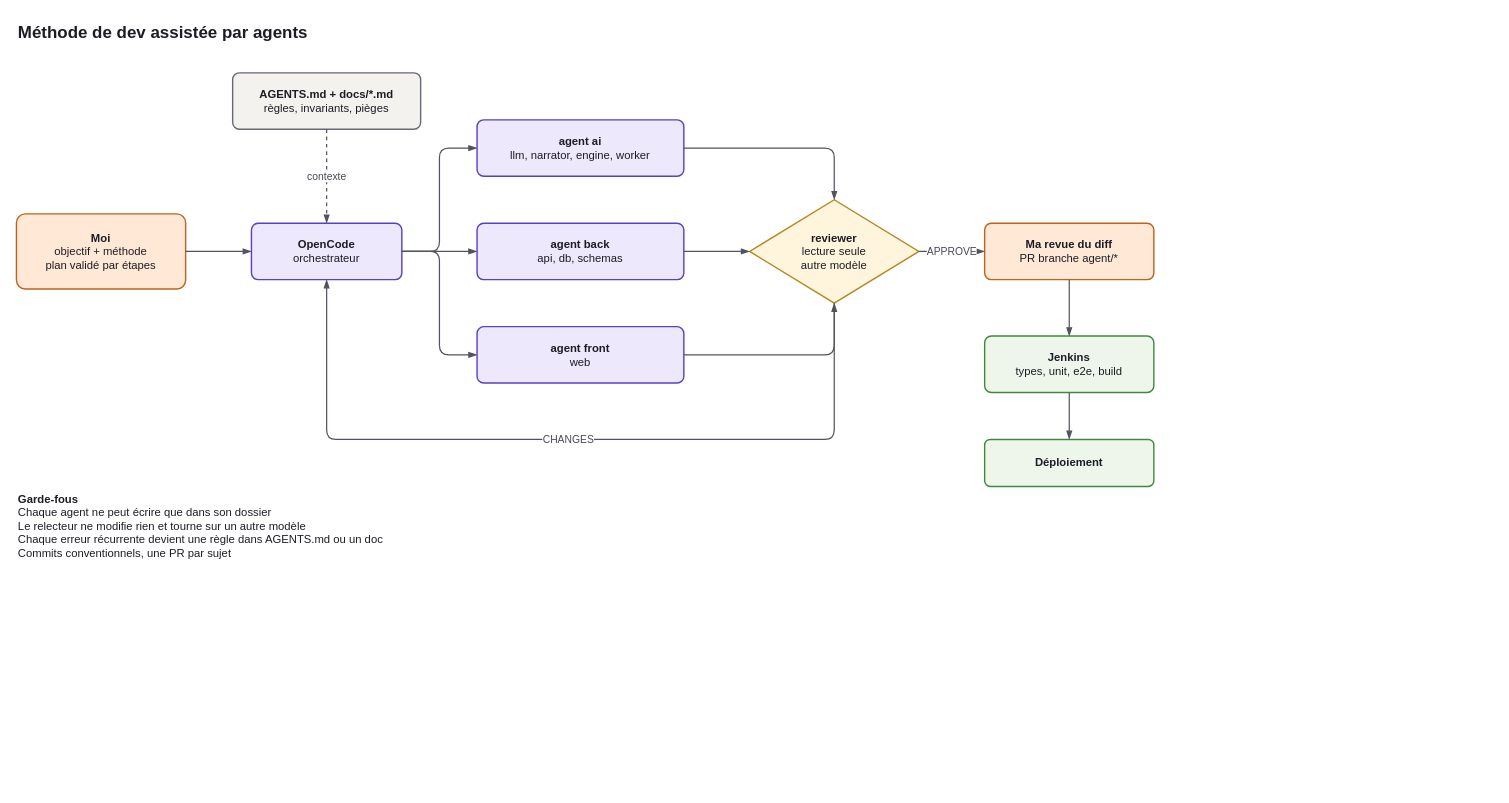
Jyok1m/odyssai keeps this draw.io diagram as page "Méthode IA" (4 of 5) of odyssai_architecture.drawio. Above is the earlier version. Source tidied: cells renumbered, new cells numbered last; positions are measured from the earlier drawing's top-left corner, leaving out a move shared by most shapes. Both pictures are drawn from the tidied source at 94%, with x=0, y=0 at pixel (16, 16).
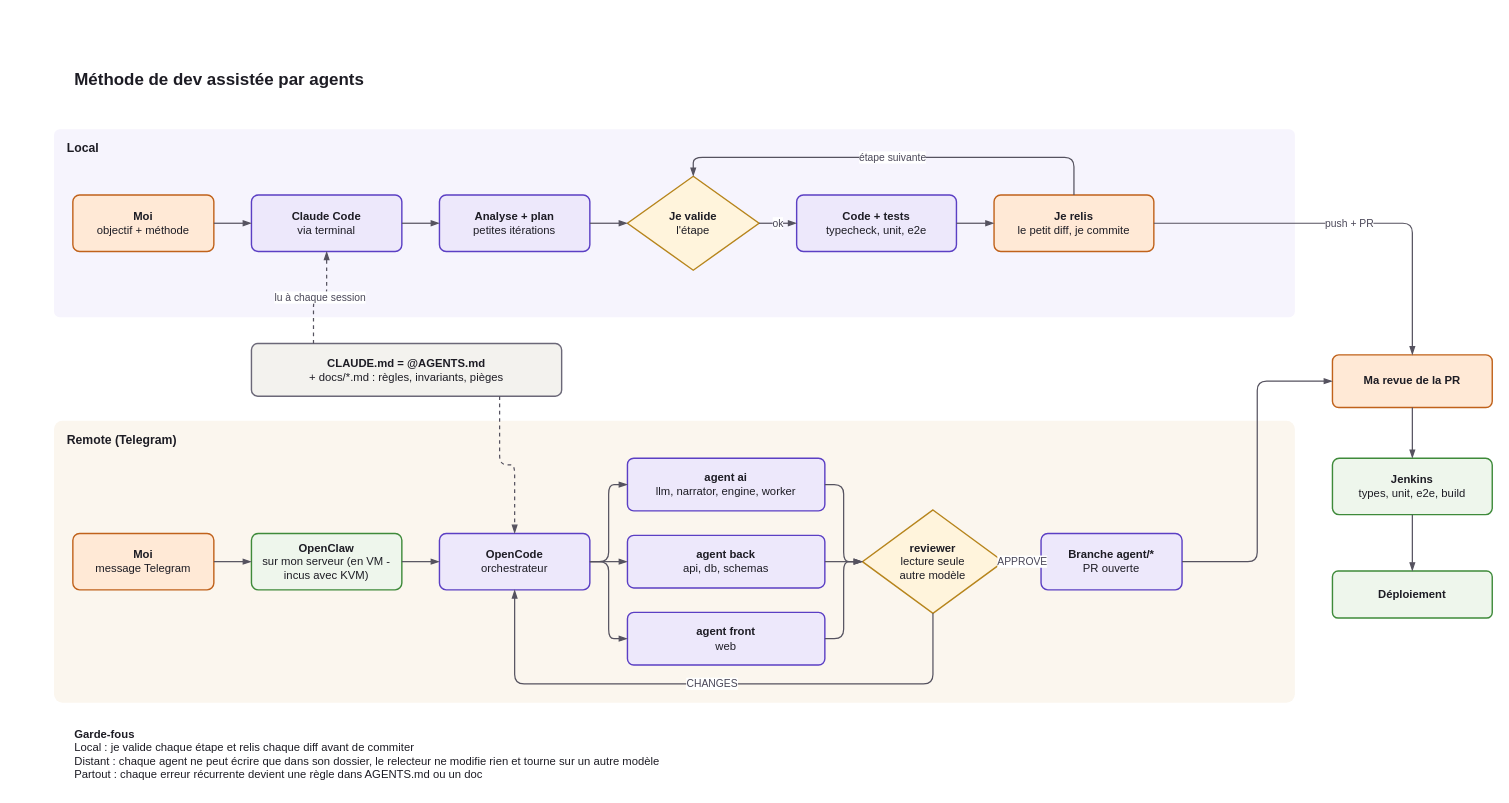
The same page after the edit.

Commit message:
feat: rapatrier schéma BDD + flow AI local / remote

What changed in the source:
```diff
@@
-    <mxCell id="2" value="&lt;div&gt;&lt;b style=&quot;background-color: transparent; color: light-dark(rgb(29, 28, 36), rgb(213, 212, 219));&quot;&gt;Méthode de dev assistée par agents&lt;/b&gt;&lt;/div&gt;" style="text;html=1;whiteSpace=wrap;align=left;verticalAlign=top;fontSize=18;fontColor=#1D1C24;" parent="1" vertex="1">
-      <mxGeometry width="800" height="30" as="geometry" />
+    <mxCell id="2" value="&lt;b&gt;Méthode de dev assistée par agents&lt;/b&gt;" style="text;html=1;whiteSpace=wrap;align=left;verticalAlign=top;fontSize=18;fontColor=#1D1C24;" parent="1" vertex="1">
+      <mxGeometry x="60" y="50" width="900" height="30" as="geometry" />
     </mxCell>
-    <mxCell id="3" value="&lt;b&gt;Moi&lt;/b&gt;&lt;br&gt;objectif + méthode&lt;br&gt;plan validé par étapes" style="rounded=1;arcSize=12;whiteSpace=wrap;html=1;fontFamily=Helvetica;fontSize=12;fontColor=#1D1C24;fillColor=#FFE9D6;strokeColor=#C0621B;strokeWidth=1.5;" parent="1" vertex="1">
-      <mxGeometry y="210" width="180" height="80" as="geometry" />
-    </mxCell>
-    <mxCell id="4" value="&lt;b&gt;AGENTS.md + docs/*.md&lt;/b&gt;&lt;br&gt;règles, invariants, pièges" style="rounded=1;arcSize=12;whiteSpace=wrap;html=1;fontFamily=Helvetica;fontSize=12;fontColor=#1D1C24;fillColor=#F3F2EE;strokeColor=#6B6878;strokeWidth=1.5;" parent="1" vertex="1">
-      <mxGeometry x="230" y="60" width="200" height="60" as="geometry" />
-    </mxCell>
+    <mxCell id="26" value="Local" style="rounded=1;arcSize=3;whiteSpace=wrap;html=1;verticalAlign=top;align=left;spacingLeft=12;spacingTop=6;fontStyle=1;fontSize=13;fillColor=#F6F4FD;strokeColor=none;fontColor=#1D1C24;" parent="1" vertex="1">
+      <mxGeometry x="40" y="120" width="1320" height="200" as="geometry" />
+    </mxCell>
+    <mxCell id="27" value="Remote (Telegram)" style="rounded=1;arcSize=3;whiteSpace=wrap;html=1;verticalAlign=top;align=left;spacingLeft=12;spacingTop=6;fontStyle=1;fontSize=13;fillColor=#FBF6EE;strokeColor=none;fontColor=#1D1C24;" parent="1" vertex="1">
+      <mxGeometry x="40" y="430" width="1320" height="300" as="geometry" />
+    </mxCell>
+    <mxCell id="28" value="&lt;b&gt;Moi&lt;/b&gt;&lt;br&gt;objectif + méthode" style="rounded=1;arcSize=12;whiteSpace=wrap;html=1;fontFamily=Helvetica;fontSize=12;fontColor=#1D1C24;fillColor=#FFE9D6;strokeColor=#C0621B;strokeWidth=1.5;" parent="1" vertex="1">
+      <mxGeometry x="60" y="190" width="150" height="60" as="geometry" />
+    </mxCell>
+    <mxCell id="29" value="&lt;b&gt;Claude Code&lt;/b&gt;&lt;br&gt;via terminal" style="rounded=1;arcSize=12;whiteSpace=wrap;html=1;fontFamily=Helvetica;fontSize=12;fontColor=#1D1C24;fillColor=#EDE8FB;strokeColor=#5B3FC4;strokeWidth=1.5;" parent="1" vertex="1">
+      <mxGeometry x="250" y="190" width="160" height="60" as="geometry" />
+    </mxCell>
+    <mxCell id="30" value="&lt;b&gt;Analyse + plan&lt;/b&gt;&lt;br&gt;petites itérations" style="rounded=1;arcSize=12;whiteSpace=wrap;html=1;fontFamily=Helvetica;fontSize=12;fontColor=#1D1C24;fillColor=#EDE8FB;strokeColor=#5B3FC4;strokeWidth=1.5;" parent="1" vertex="1">
+      <mxGeometry x="450" y="190" width="160" height="60" as="geometry" />
+    </mxCell>
+    <mxCell id="31" value="&lt;b&gt;Je valide&lt;/b&gt;&lt;br&gt;l'étape" style="rhombus;whiteSpace=wrap;html=1;fontFamily=Helvetica;fontSize=12;fontColor=#1D1C24;fillColor=#FFF4DC;strokeColor=#B7851C;strokeWidth=1.5;" parent="1" vertex="1">
+      <mxGeometry x="650" y="170" width="140" height="100" as="geometry" />
+    </mxCell>
+    <mxCell id="32" value="&lt;b&gt;Code + tests&lt;/b&gt;&lt;br&gt;typecheck, unit, e2e" style="rounded=1;arcSize=12;whiteSpace=wrap;html=1;fontFamily=Helvetica;fontSize=12;fontColor=#1D1C24;fillColor=#EDE8FB;strokeColor=#5B3FC4;strokeWidth=1.5;" parent="1" vertex="1">
+      <mxGeometry x="830" y="190" width="170" height="60" as="geometry" />
+    </mxCell>
+    <mxCell id="33" value="&lt;b&gt;Je relis&lt;/b&gt;&lt;br&gt;le petit diff, je commite" style="rounded=1;arcSize=12;whiteSpace=wrap;html=1;fontFamily=Helvetica;fontSize=12;fontColor=#1D1C24;fillColor=#FFE9D6;strokeColor=#C0621B;strokeWidth=1.5;" parent="1" vertex="1">
+      <mxGeometry x="1040" y="190" width="170" height="60" as="geometry" />
+    </mxCell>
+    <mxCell id="34" style="edgeStyle=orthogonalEdgeStyle;rounded=1;html=1;fontSize=11;fontColor=#4A4758;strokeColor=#55525F;strokeWidth=1.3;endArrow=blockThin;endFill=1;labelBackgroundColor=#FFFFFF;" parent="1" edge="1" source="28" target="29">
+      <mxGeometry relative="1" as="geometry" />
+    </mxCell>
+    <mxCell id="35" style="edgeStyle=orthogonalEdgeStyle;rounded=1;html=1;fontSize=11;fontColor=#4A4758;strokeColor=#55525F;strokeWidth=1.3;endArrow=blockThin;endFill=1;labelBackgroundColor=#FFFFFF;" parent="1" edge="1" source="29" target="30">
+      <mxGeometry relative="1" as="geometry" />
+    </mxCell>
+    <mxCell id="36" style="edgeStyle=orthogonalEdgeStyle;rounded=1;html=1;fontSize=11;fontColor=#4A4758;strokeColor=#55525F;strokeWidth=1.3;endArrow=blockThin;endFill=1;labelBackgroundColor=#FFFFFF;" parent="1" edge="1" source="30" target="31">
+      <mxGeometry relative="1" as="geometry" />
+    </mxCell>
+    <mxCell id="37" value="ok" style="edgeStyle=orthogonalEdgeStyle;rounded=1;html=1;fontSize=11;fontColor=#4A4758;strokeColor=#55525F;strokeWidth=1.3;endArrow=blockThin;endFill=1;labelBackgroundColor=#FFFFFF;" parent="1" edge="1" source="31" target="32">
+      <mxGeometry relative="1" as="geometry" />
+    </mxCell>
+    <mxCell id="38" style="edgeStyle=orthogonalEdgeStyle;rounded=1;html=1;fontSize=11;fontColor=#4A4758;strokeColor=#55525F;strokeWidth=1.3;endArrow=blockThin;endFill=1;labelBackgroundColor=#FFFFFF;" parent="1" edge="1" source="32" target="33">
+      <mxGeometry relative="1" as="geometry" />
+    </mxCell>
+    <mxCell id="39" value="étape suivante" style="edgeStyle=orthogonalEdgeStyle;rounded=1;html=1;fontSize=11;fontColor=#4A4758;strokeColor=#55525F;strokeWidth=1.3;endArrow=blockThin;endFill=1;labelBackgroundColor=#FFFFFF;exitX=0.5;exitY=0;exitDx=0;exitDy=0;entryX=0.5;entryY=0;entryDx=0;entryDy=0;" parent="1" edge="1" source="33" target="31">
+      <mxGeometry relative="1" as="geometry">
+        <Array as="points">
+          <mxPoint x="1125" y="150" />
+          <mxPoint x="720" y="150" />
+        </Array>
+      </mxGeometry>
+    </mxCell>
+    <mxCell id="40" value="&lt;b&gt;CLAUDE.md = @AGENTS.md&lt;/b&gt;&lt;br&gt;+ docs/*.md : règles, invariants, pièges" style="rounded=1;arcSize=12;whiteSpace=wrap;html=1;fontFamily=Helvetica;fontSize=12;fontColor=#1D1C24;fillColor=#F3F2EE;strokeColor=#6B6878;strokeWidth=1.5;" parent="1" vertex="1">
+      <mxGeometry x="250" y="348" width="330" height="56" as="geometry" />
+    </mxCell>
+    <mxCell id="41" value="lu à chaque session" style="edgeStyle=orthogonalEdgeStyle;rounded=1;html=1;fontSize=11;fontColor=#4A4758;strokeColor=#55525F;strokeWidth=1.3;endArrow=blockThin;endFill=1;labelBackgroundColor=#FFFFFF;dashed=1;exitX=0.2;exitY=0;exitDx=0;exitDy=0;entryX=0.5;entryY=1;entryDx=0;entryDy=0;" parent="1" edge="1" source="40" target="29">
+      <mxGeometry relative="1" as="geometry" />
+    </mxCell>
+    <mxCell id="42" value="&lt;b&gt;Moi&lt;/b&gt;&lt;br&gt;message Telegram" style="rounded=1;arcSize=12;whiteSpace=wrap;html=1;fontFamily=Helvetica;fontSize=12;fontColor=#1D1C24;fillColor=#FFE9D6;strokeColor=#C0621B;strokeWidth=1.5;" parent="1" vertex="1">
+      <mxGeometry x="60" y="550" width="150" height="60" as="geometry" />
+    </mxCell>
+    <mxCell id="43" value="&lt;b&gt;OpenClaw&lt;/b&gt;&lt;br&gt;sur mon serveur (en VM - incus avec KVM)" style="rounded=1;arcSize=12;whiteSpace=wrap;html=1;fontFamily=Helvetica;fontSize=12;fontColor=#1D1C24;fillColor=#EEF6EC;strokeColor=#3E8A3A;strokeWidth=1.5;" parent="1" vertex="1">
+      <mxGeometry x="250" y="550" width="160" height="60" as="geometry" />
+    </mxCell>
     <mxCell id="5" value="&lt;b&gt;OpenCode&lt;/b&gt;&lt;br&gt;orchestrateur" style="rounded=1;arcSize=12;whiteSpace=wrap;html=1;fontFamily=Helvetica;fontSize=12;fontColor=#1D1C24;fillColor=#EDE8FB;strokeColor=#5B3FC4;strokeWidth=1.5;" parent="1" vertex="1">
-      <mxGeometry x="250" y="220" width="160" height="60" as="geometry" />
+      <mxGeometry x="450" y="550" width="160" height="60" as="geometry" />
     </mxCell>
     <mxCell id="6" value="&lt;b&gt;agent ai&lt;/b&gt;&lt;br&gt;llm, narrator, engine, worker" style="rounded=1;arcSize=12;whiteSpace=wrap;html=1;fontFamily=Helvetica;fontSize=12;fontColor=#1D1C24;fillColor=#EDE8FB;strokeColor=#5B3FC4;strokeWidth=1.5;" parent="1" vertex="1">
-      <mxGeometry x="490" y="110" width="220" height="60" as="geometry" />
+      <mxGeometry x="650" y="470" width="210" height="56" as="geometry" />
     </mxCell>
     <mxCell id="7" value="&lt;b&gt;agent back&lt;/b&gt;&lt;br&gt;api, db, schemas" style="rounded=1;arcSize=12;whiteSpace=wrap;html=1;fontFamily=Helvetica;fontSize=12;fontColor=#1D1C24;fillColor=#EDE8FB;strokeColor=#5B3FC4;strokeWidth=1.5;" parent="1" vertex="1">
-      <mxGeometry x="490" y="220" width="220" height="60" as="geometry" />
+      <mxGeometry x="650" y="552" width="210" height="56" as="geometry" />
     </mxCell>
     <mxCell id="8" value="&lt;b&gt;agent front&lt;/b&gt;&lt;br&gt;web" style="rounded=1;arcSize=12;whiteSpace=wrap;html=1;fontFamily=Helvetica;fontSize=12;fontColor=#1D1C24;fillColor=#EDE8FB;strokeColor=#5B3FC4;strokeWidth=1.5;" parent="1" vertex="1">
-      <mxGeometry x="490" y="330" width="220" height="60" as="geometry" />
+      <mxGeometry x="650" y="634" width="210" height="56" as="geometry" />
     </mxCell>
     <mxCell id="9" value="&lt;b&gt;reviewer&lt;/b&gt;&lt;br&gt;lecture seule&lt;br&gt;autre modèle" style="rhombus;whiteSpace=wrap;html=1;fontFamily=Helvetica;fontSize=12;fontColor=#1D1C24;fillColor=#FFF4DC;strokeColor=#B7851C;strokeWidth=1.5;" parent="1" vertex="1">
-      <mxGeometry x="780" y="195" width="180" height="110" as="geometry" />
+      <mxGeometry x="900" y="525" width="150" height="110" as="geometry" />
     </mxCell>
-    <mxCell id="10" value="&lt;b&gt;Ma revue du diff&lt;/b&gt;&lt;br&gt;PR branche agent/*" style="rounded=1;arcSize=12;whiteSpace=wrap;html=1;fontFamily=Helvetica;fontSize=12;fontColor=#1D1C24;fillColor=#FFE9D6;strokeColor=#C0621B;strokeWidth=1.5;" parent="1" vertex="1">
-      <mxGeometry x="1030" y="220" width="180" height="60" as="geometry" />
-    </mxCell>
-    <mxCell id="11" value="&lt;b&gt;Jenkins&lt;/b&gt;&lt;br&gt;types, unit, e2e, build" style="rounded=1;arcSize=12;whiteSpace=wrap;html=1;fontFamily=Helvetica;fontSize=12;fontColor=#1D1C24;fillColor=#EEF6EC;strokeColor=#3E8A3A;strokeWidth=1.5;" parent="1" vertex="1">
-      <mxGeometry x="1030" y="340" width="180" height="60" as="geometry" />
-    </mxCell>
-    <mxCell id="12" value="&lt;b&gt;Déploiement&lt;/b&gt;" style="rounded=1;arcSize=12;whiteSpace=wrap;html=1;fontFamily=Helvetica;fontSize=12;fontColor=#1D1C24;fillColor=#EEF6EC;strokeColor=#3E8A3A;strokeWidth=1.5;" parent="1" vertex="1">
-      <mxGeometry x="1030" y="450" width="180" height="50" as="geometry" />
-    </mxCell>
-    <mxCell id="13" style="edgeStyle=orthogonalEdgeStyle;rounded=1;html=1;fontSize=11;fontColor=#4A4758;strokeColor=#55525F;strokeWidth=1.3;endArrow=blockThin;endFill=1;labelBackgroundColor=#FFFFFF;" parent="1" edge="1" source="3" target="5">
-      <mxGeometry relative="1" as="geometry" />
-    </mxCell>
-    <mxCell id="14" value="contexte" style="edgeStyle=orthogonalEdgeStyle;rounded=1;html=1;fontSize=11;fontColor=#4A4758;strokeColor=#55525F;strokeWidth=1.3;endArrow=blockThin;endFill=1;labelBackgroundColor=#FFFFFF;dashed=1;" parent="1" edge="1" source="4" target="5">
-      <mxGeometry relative="1" as="geometry" />
-    </mxCell>
+    <mxCell id="44" value="&lt;b&gt;Branche agent/*&lt;/b&gt;&lt;br&gt;PR ouverte" style="rounded=1;arcSize=12;whiteSpace=wrap;html=1;fontFamily=Helvetica;fontSize=12;fontColor=#1D1C24;fillColor=#EDE8FB;strokeColor=#5B3FC4;strokeWidth=1.5;" parent="1" vertex="1">
+      <mxGeometry x="1090" y="550" width="150" height="60" as="geometry" />
+    </mxCell>
+    <mxCell id="45" style="edgeStyle=orthogonalEdgeStyle;rounded=1;html=1;fontSize=11;fontColor=#4A4758;strokeColor=#55525F;strokeWidth=1.3;endArrow=blockThin;endFill=1;labelBackgroundColor=#FFFFFF;" parent="1" edge="1" source="42" target="43">
+      <mxGeometry relative="1" as="geometry" />
+    </mxCell>
+    <mxCell id="46" style="edgeStyle=orthogonalEdgeStyle;rounded=1;html=1;fontSize=11;fontColor=#4A4758;strokeColor=#55525F;strokeWidth=1.3;endArrow=blockThin;endFill=1;labelBackgroundColor=#FFFFFF;" parent="1" edge="1" source="43" target="5">
+      <mxGeometry relative="1" as="geometry" />
+    </mxCell>
+    <mxCell id="47" style="edgeStyle=orthogonalEdgeStyle;rounded=1;html=1;fontSize=11;fontColor=#4A4758;strokeColor=#55525F;strokeWidth=1.3;endArrow=blockThin;endFill=1;labelBackgroundColor=#FFFFFF;dashed=1;exitX=0.8;exitY=1;exitDx=0;exitDy=0;entryX=0.5;entryY=0;entryDx=0;entryDy=0;" parent="1" edge="1" source="40" target="5">
+      <mxGeometry relative="1" as="geometry" />
+    </mxCell>
@@
     <mxCell id="21" value="CHANGES" style="edgeStyle=orthogonalEdgeStyle;rounded=1;html=1;fontSize=11;fontColor=#4A4758;strokeColor=#55525F;strokeWidth=1.3;endArrow=blockThin;endFill=1;labelBackgroundColor=#FFFFFF;exitX=0.5;exitY=1;exitDx=0;exitDy=0;entryX=0.5;entryY=1;entryDx=0;entryDy=0;" parent="1" edge="1" source="9" target="5">
       <mxGeometry relative="1" as="geometry">
         <Array as="points">
-          <mxPoint x="870" y="450" />
-          <mxPoint x="330" y="450" />
+          <mxPoint x="975" y="710" />
+          <mxPoint x="530" y="710" />
         </Array>
       </mxGeometry>
     </mxCell>
-    <mxCell id="22" value="APPROVE" style="edgeStyle=orthogonalEdgeStyle;rounded=1;html=1;fontSize=11;fontColor=#4A4758;strokeColor=#55525F;strokeWidth=1.3;endArrow=blockThin;endFill=1;labelBackgroundColor=#FFFFFF;exitX=1;exitY=0.5;exitDx=0;exitDy=0;" parent="1" edge="1" source="9" target="10">
+    <mxCell id="22" value="APPROVE" style="edgeStyle=orthogonalEdgeStyle;rounded=1;html=1;fontSize=11;fontColor=#4A4758;strokeColor=#55525F;strokeWidth=1.3;endArrow=blockThin;endFill=1;labelBackgroundColor=#FFFFFF;exitX=1;exitY=0.5;exitDx=0;exitDy=0;" parent="1" edge="1" source="9" target="44">
       <mxGeometry relative="1" as="geometry" />
     </mxCell>
-    <mxCell id="23" style="edgeStyle=orthogonalEdgeStyle;rounded=1;html=1;fontSize=11;fontColor=#4A4758;strokeColor=#55525F;strokeWidth=1.3;endArrow=blockThin;endFill=1;labelBackgroundColor=#FFFFFF;" parent="1" edge="1" source="10" target="11">
-      <mxGeometry relative="1" as="geometry" />
-    </mxCell>
+    <mxCell id="48" value="&lt;b&gt;Ma revue de la PR&lt;/b&gt;" style="rounded=1;arcSize=12;whiteSpace=wrap;html=1;fontFamily=Helvetica;fontSize=12;fontColor=#1D1C24;fillColor=#FFE9D6;strokeColor=#C0621B;strokeWidth=1.5;" parent="1" vertex="1">
+      <mxGeometry x="1400" y="360" width="170" height="56" as="geometry" />
+    </mxCell>
+    <mxCell id="11" value="&lt;b&gt;Jenkins&lt;/b&gt;&lt;br&gt;types, unit, e2e, build" style="rounded=1;arcSize=12;whiteSpace=wrap;html=1;fontFamily=Helvetica;fontSize=12;fontColor=#1D1C24;fillColor=#EEF6EC;strokeColor=#3E8A3A;strokeWidth=1.5;" parent="1" vertex="1">
+      <mxGeometry x="1400" y="470" width="170" height="60" as="geometry" />
+    </mxCell>
+    <mxCell id="12" value="&lt;b&gt;Déploiement&lt;/b&gt;" style="rounded=1;arcSize=12;whiteSpace=wrap;html=1;fontFamily=Helvetica;fontSize=12;fontColor=#1D1C24;fillColor=#EEF6EC;strokeColor=#3E8A3A;strokeWidth=1.5;" parent="1" vertex="1">
+      <mxGeometry x="1400" y="590" width="170" height="50" as="geometry" />
+    </mxCell>
+    <mxCell id="49" value="push + PR" style="edgeStyle=orthogonalEdgeStyle;rounded=1;html=1;fontSize=11;fontColor=#4A4758;strokeColor=#55525F;strokeWidth=1.3;endArrow=blockThin;endFill=1;labelBackgroundColor=#FFFFFF;exitX=1;exitY=0.5;exitDx=0;exitDy=0;entryX=0.5;entryY=0;entryDx=0;entryDy=0;" parent="1" edge="1" source="33" target="48">
+      <mxGeometry relative="1" as="geometry" />
+    </mxCell>
+    <mxCell id="50" style="edgeStyle=orthogonalEdgeStyle;rounded=1;html=1;fontSize=11;fontColor=#4A4758;strokeColor=#55525F;strokeWidth=1.3;endArrow=blockThin;endFill=1;labelBackgroundColor=#FFFFFF;exitX=1;exitY=0.5;exitDx=0;exitDy=0;entryX=0;entryY=0.5;entryDx=0;entryDy=0;" parent="1" edge="1" source="44" target="48">
+      <mxGeometry relative="1" as="geometry" />
+    </mxCell>
+    <mxCell id="51" style="edgeStyle=orthogonalEdgeStyle;rounded=1;html=1;fontSize=11;fontColor=#4A4758;strokeColor=#55525F;strokeWidth=1.3;endArrow=blockThin;endFill=1;labelBackgroundColor=#FFFFFF;" parent="1" edge="1" source="48" target="11">
+      <mxGeometry relative="1" as="geometry" />
+    </mxCell>
@@
-    <mxCell id="25" value="&lt;b&gt;Garde-fous&lt;/b&gt;&lt;br&gt;Chaque agent ne peut écrire que dans son dossier&lt;br&gt;Le relecteur ne modifie rien et tourne sur un autre modèle&lt;br&gt;Chaque erreur récurrente devient une règle dans AGENTS.md ou un doc&lt;br&gt;Commits conventionnels, une PR par sujet" style="text;html=1;whiteSpace=wrap;align=left;verticalAlign=top;fontSize=12;fontColor=#1D1C24;" parent="1" vertex="1">
-      <mxGeometry y="500" width="520" height="110" as="geometry" />
-    </mxCell>
+    <mxCell id="52" value="&lt;b&gt;Garde-fous&lt;/b&gt;&lt;br&gt;Local : je valide chaque étape et relis chaque diff avant de commiter&lt;br&gt;Distant : chaque agent ne peut écrire que dans son dossier, le relecteur ne modifie rien et tourne sur un autre modèle&lt;br&gt;Partout : chaque erreur récurrente devient une règle dans AGENTS.md ou un doc" style="text;html=1;whiteSpace=wrap;align=left;verticalAlign=top;fontSize=12;fontColor=#1D1C24;" parent="1" vertex="1">
+      <mxGeometry x="60" y="750" width="1000" height="70" as="geometry" />
+    </mxCell>
```
